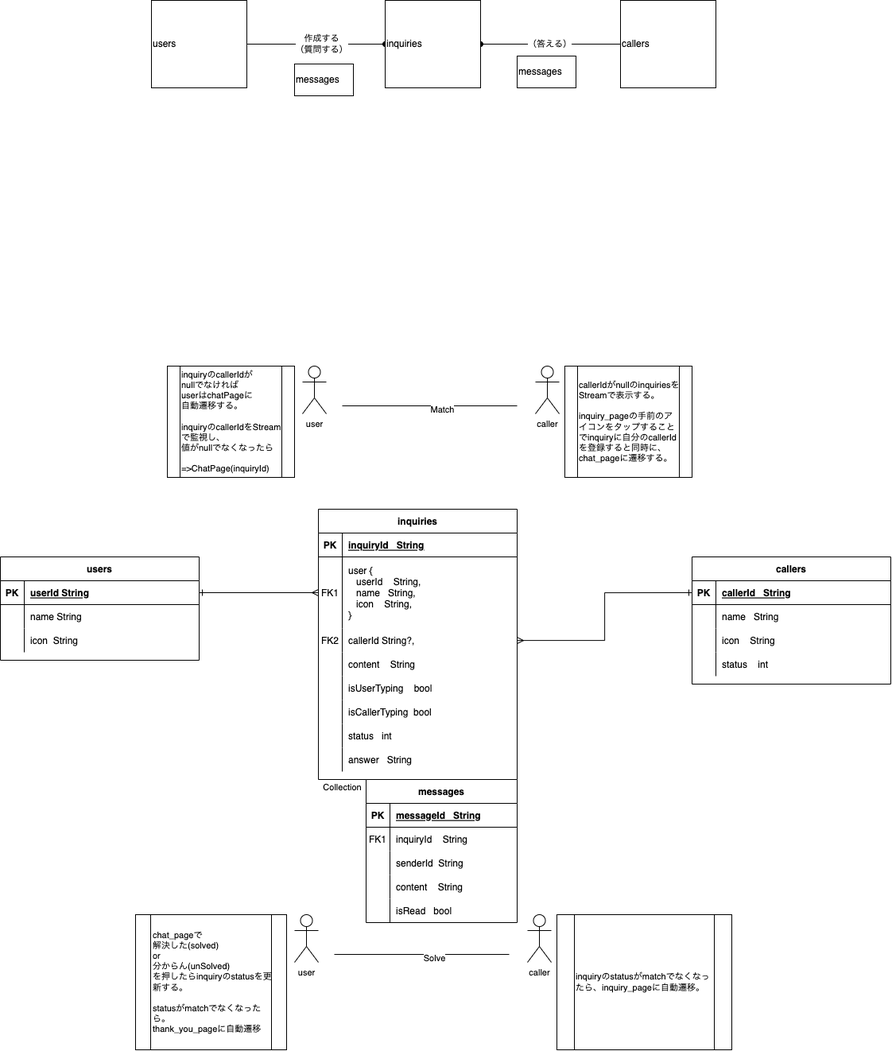
neco3coffee/flutter_inquiry_visualization keeps this draw.io diagram as Untitled Diagram-data.drawio.png. Above is the earlier version. Source tidied: cells renumbered, new cells last; positions are measured from the earlier drawing's top-left corner, leaving out a move shared by most shapes.
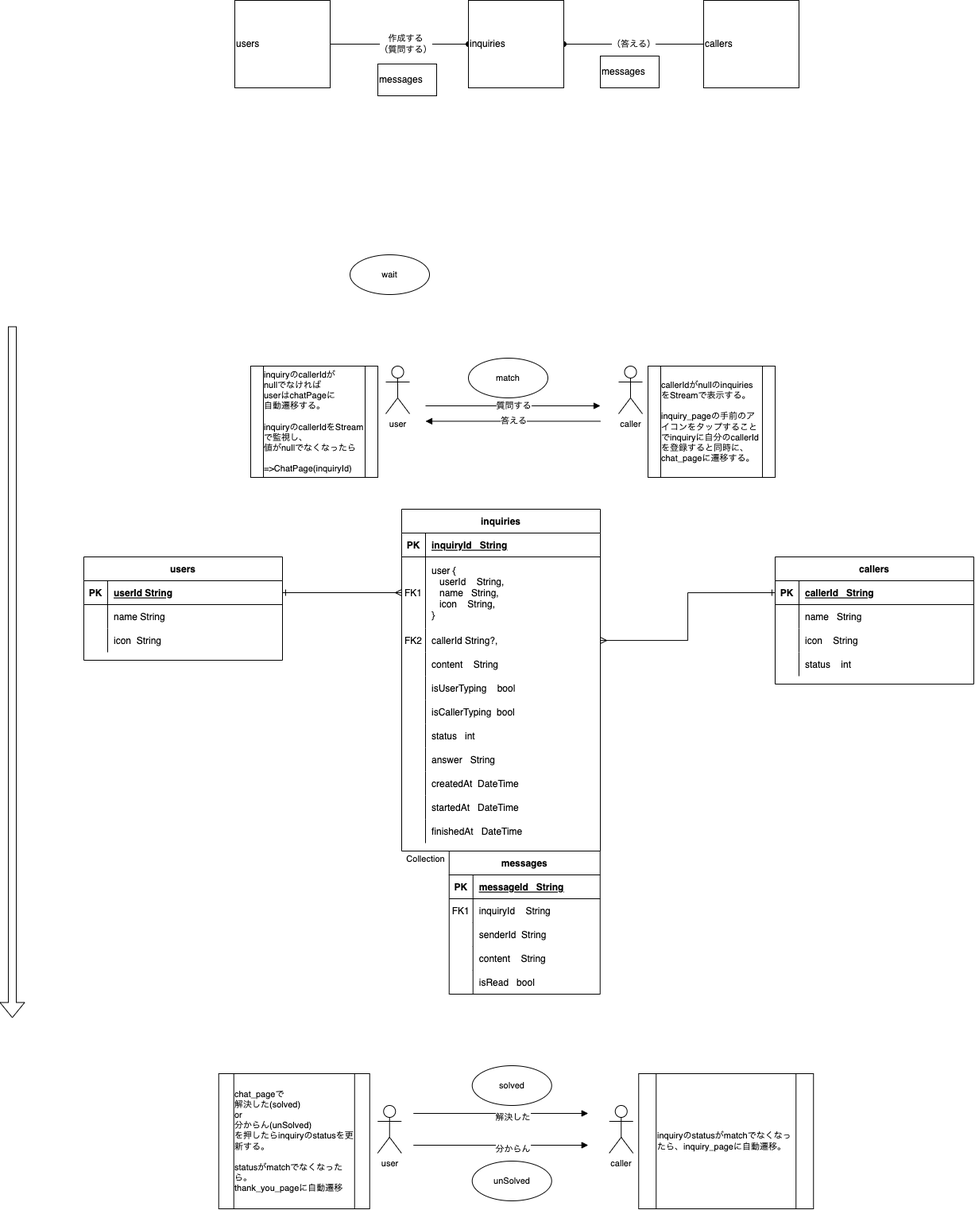
After the commit.

The edit, as a diff of the source:
```diff
@@ -3,7 +3,7 @@
     <mxCell id="0" />
     <mxCell id="1" parent="0" />
     <mxCell id="2" value="inquiries" style="shape=table;startSize=30;rowLines=0;fontStyle=1;align=center;" parent="1" vertex="1">
-      <mxGeometry x="400" y="640" width="250" height="340" as="geometry" />
+      <mxGeometry x="400" y="640" width="250" height="430" as="geometry" />
     </mxCell>
     <mxCell id="3" style="shape=partialRectangle;fillColor=none;top=0;left=0;right=0;bottom=1;" parent="2" vertex="1">
       <mxGeometry y="30" width="250" height="30" as="geometry" />
@@ -77,6 +77,33 @@
     <mxCell id="26" value="answer   String" style="shape=partialRectangle;overflow=hidden;fillColor=none;top=0;left=0;bottom=0;right=0;align=left;spacingLeft=6;" parent="24" vertex="1">
       <mxGeometry x="30" width="220" height="30" as="geometry" />
     </mxCell>
+    <mxCell id="89" style="shape=partialRectangle;fillColor=none;top=0;left=0;right=0;bottom=0;" parent="2" vertex="1">
+      <mxGeometry y="330" width="250" height="30" as="geometry" />
+    </mxCell>
+    <mxCell id="90" style="shape=partialRectangle;overflow=hidden;fillColor=none;top=0;left=0;bottom=0;right=0;" parent="89" vertex="1">
+      <mxGeometry width="30" height="30" as="geometry" />
+    </mxCell>
+    <mxCell id="91" value="createdAt  DateTime" style="shape=partialRectangle;overflow=hidden;fillColor=none;top=0;left=0;bottom=0;right=0;align=left;spacingLeft=6;" parent="89" vertex="1">
+      <mxGeometry x="30" width="220" height="30" as="geometry" />
+    </mxCell>
+    <mxCell id="92" style="shape=partialRectangle;fillColor=none;top=0;left=0;right=0;bottom=0;" parent="2" vertex="1">
+      <mxGeometry y="360" width="250" height="30" as="geometry" />
+    </mxCell>
+    <mxCell id="93" style="shape=partialRectangle;overflow=hidden;fillColor=none;top=0;left=0;bottom=0;right=0;" parent="92" vertex="1">
+      <mxGeometry width="30" height="30" as="geometry" />
+    </mxCell>
+    <mxCell id="94" value="startedAt   DateTime" style="shape=partialRectangle;overflow=hidden;fillColor=none;top=0;left=0;bottom=0;right=0;align=left;spacingLeft=6;" parent="92" vertex="1">
+      <mxGeometry x="30" width="220" height="30" as="geometry" />
+    </mxCell>
+    <mxCell id="95" style="shape=partialRectangle;fillColor=none;top=0;left=0;right=0;bottom=0;" parent="2" vertex="1">
+      <mxGeometry y="390" width="250" height="30" as="geometry" />
+    </mxCell>
+    <mxCell id="96" style="shape=partialRectangle;overflow=hidden;fillColor=none;top=0;left=0;bottom=0;right=0;" parent="95" vertex="1">
+      <mxGeometry width="30" height="30" as="geometry" />
+    </mxCell>
+    <mxCell id="97" value="finishedAt   DateTime" style="shape=partialRectangle;overflow=hidden;fillColor=none;top=0;left=0;bottom=0;right=0;align=left;spacingLeft=6;" parent="95" vertex="1">
+      <mxGeometry x="30" width="220" height="30" as="geometry" />
+    </mxCell>
     <mxCell id="27" style="edgeStyle=orthogonalEdgeStyle;rounded=0;jettySize=auto;html=1;fontSize=11;startArrow=ERone;startFill=0;endArrow=ERmany;endFill=0;exitX=0;exitY=0.5;exitDx=0;exitDy=0;" parent="1" edge="1" source="29" target="9">
       <mxGeometry relative="1" as="geometry" />
     </mxCell>
@@ -174,7 +201,7 @@
       <mxGeometry x="370" y="80" width="74" height="40" as="geometry" />
     </mxCell>
     <mxCell id="59" value="messages" style="shape=table;startSize=30;rowLines=0;fontStyle=1;align=center;" parent="1" vertex="1">
-      <mxGeometry x="460" y="980" width="190" height="180" as="geometry" />
+      <mxGeometry x="459.8" y="1070" width="190" height="180" as="geometry" />
     </mxCell>
     <mxCell id="60" style="shape=partialRectangle;fillColor=none;top=0;left=0;right=0;bottom=1;" parent="59" vertex="1">
       <mxGeometry y="30" width="190" height="30" as="geometry" />
@@ -222,7 +249,7 @@
       <mxGeometry x="30" width="160" height="30" as="geometry" />
     </mxCell>
     <mxCell id="75" value="Collection" style="text;html=1;align=center;verticalAlign=middle;fillColor=none;strokeColor=none;rounded=0;fontSize=11;" parent="1" vertex="1">
-      <mxGeometry x="400" y="980" width="60" height="20" as="geometry" />
+      <mxGeometry x="399.8" y="1070" width="60" height="20" as="geometry" />
     </mxCell>
     <mxCell id="76" style="edgeStyle=orthogonalEdgeStyle;rounded=0;jettySize=auto;html=1;entryX=0;entryY=0.5;entryDx=0;entryDy=0;fontSize=11;endArrow=ERmany;endFill=0;startArrow=ERone;startFill=0;" parent="1" edge="1" source="42" target="6">
       <mxGeometry relative="1" as="geometry" />
@@ -239,35 +266,65 @@
     <mxCell id="80" value="user" style="shape=umlActor;verticalLabelPosition=bottom;verticalAlign=top;html=1;fontSize=11;" parent="1" vertex="1">
       <mxGeometry x="380" y="460" width="30" height="60" as="geometry" />
     </mxCell>
-    <mxCell id="81" style="endArrow=none;html=1;rounded=0;fontSize=11;" parent="1" edge="1">
+    <mxCell id="81" value="質問する" style="endArrow=block;html=1;rounded=0;fontSize=11;endFill=1;" parent="1" edge="1">
       <mxGeometry relative="1" as="geometry">
         <mxPoint x="430" y="510" as="sourcePoint" />
         <mxPoint x="650" y="510" as="targetPoint" />
       </mxGeometry>
     </mxCell>
-    <mxCell id="82" value="Match" style="edgeLabel;html=1;align=center;verticalAlign=middle;fontSize=11;" parent="81" vertex="1">
-      <mxGeometry x="0.13" y="-4" relative="1" as="geometry" />
-    </mxCell>
     <mxCell id="83" value="inquiryのstatusがmatchでなくなったら、inquiry_pageに自動遷移。&lt;br&gt;" style="shape=process;whiteSpace=wrap;html=1;backgroundOutline=1;fontSize=11;align=left;" parent="1" vertex="1">
-      <mxGeometry x="700" y="1150" width="220" height="170" as="geometry" />
+      <mxGeometry x="698.2" y="1350" width="220" height="170" as="geometry" />
     </mxCell>
     <mxCell id="84" value="caller" style="shape=umlActor;verticalLabelPosition=bottom;verticalAlign=top;html=1;fontSize=11;" parent="1" vertex="1">
-      <mxGeometry x="663" y="1150" width="30" height="60" as="geometry" />
+      <mxGeometry x="661.2" y="1390" width="30" height="60" as="geometry" />
     </mxCell>
     <mxCell id="85" value="chat_pageで&lt;br&gt;解決した(solved)&lt;br&gt;or&lt;br&gt;分からん(unSolved)&lt;br&gt;を押したらinquiryのstatusを更新する。&lt;br&gt;&lt;br&gt;statusがmatchでなくなったら。&lt;br&gt;thank_you_pageに自動遷移" style="shape=process;whiteSpace=wrap;html=1;backgroundOutline=1;fontSize=11;align=left;" parent="1" vertex="1">
-      <mxGeometry x="170" y="1150" width="190" height="170" as="geometry" />
+      <mxGeometry x="169.8" y="1350" width="190" height="170" as="geometry" />
     </mxCell>
     <mxCell id="86" value="user" style="shape=umlActor;verticalLabelPosition=bottom;verticalAlign=top;html=1;fontSize=11;" parent="1" vertex="1">
-      <mxGeometry x="370" y="1150" width="30" height="60" as="geometry" />
+      <mxGeometry x="369.8" y="1390" width="30" height="60" as="geometry" />
     </mxCell>
-    <mxCell id="87" style="endArrow=none;html=1;rounded=0;fontSize=11;" parent="1" edge="1">
+    <mxCell id="87" style="endArrow=block;html=1;rounded=0;fontSize=11;endFill=1;" parent="1" edge="1">
       <mxGeometry relative="1" as="geometry">
-        <mxPoint x="420" y="1200" as="sourcePoint" />
-        <mxPoint x="640" y="1200" as="targetPoint" />
+        <mxPoint x="414.8" y="1400" as="sourcePoint" />
+        <mxPoint x="634.8" y="1400" as="targetPoint" />
       </mxGeometry>
     </mxCell>
-    <mxCell id="88" value="Solve" style="edgeLabel;html=1;align=center;verticalAlign=middle;fontSize=11;" parent="87" vertex="1">
+    <mxCell id="88" value="解決した" style="edgeLabel;html=1;align=center;verticalAlign=middle;fontSize=11;" parent="87" vertex="1">
       <mxGeometry x="0.13" y="-4" relative="1" as="geometry" />
     </mxCell>
+    <mxCell id="98" value="答える" style="endArrow=none;html=1;rounded=0;fontSize=11;endFill=0;startArrow=block;startFill=1;" parent="1" edge="1">
+      <mxGeometry relative="1" as="geometry">
+        <mxPoint x="430" y="529.4" as="sourcePoint" />
+        <mxPoint x="650" y="529.4" as="targetPoint" />
+      </mxGeometry>
+    </mxCell>
+    <mxCell id="99" value="wait" style="ellipse;whiteSpace=wrap;html=1;fontSize=11;" parent="1" vertex="1">
+      <mxGeometry x="335" y="320" width="100" height="50" as="geometry" />
+    </mxCell>
+    <mxCell id="100" value="match" style="ellipse;whiteSpace=wrap;html=1;fontSize=11;" parent="1" vertex="1">
+      <mxGeometry x="484" y="450" width="100" height="50" as="geometry" />
+    </mxCell>
+    <mxCell id="101" value="solved" style="ellipse;whiteSpace=wrap;html=1;fontSize=11;" parent="1" vertex="1">
+      <mxGeometry x="488.8" y="1340" width="100" height="50" as="geometry" />
+    </mxCell>
+    <mxCell id="102" value="unSolved" style="ellipse;whiteSpace=wrap;html=1;fontSize=11;strokeColor=#000000;" parent="1" vertex="1">
+      <mxGeometry x="488.8" y="1460" width="100" height="50" as="geometry" />
+    </mxCell>
+    <mxCell id="103" style="shape=flexArrow;endArrow=classic;html=1;rounded=0;fontSize=11;" parent="1" edge="1">
+      <mxGeometry relative="1" as="geometry">
+        <mxPoint x="-90" y="410" as="sourcePoint" />
+        <mxPoint x="-90" y="1280" as="targetPoint" />
+      </mxGeometry>
+    </mxCell>
+    <mxCell id="104" style="endArrow=block;html=1;rounded=0;fontSize=11;endFill=1;" parent="1" edge="1">
+      <mxGeometry relative="1" as="geometry">
+        <mxPoint x="414.8" y="1440" as="sourcePoint" />
+        <mxPoint x="634.8" y="1440" as="targetPoint" />
+      </mxGeometry>
+    </mxCell>
+    <mxCell id="105" value="分からん" style="edgeLabel;html=1;align=center;verticalAlign=middle;fontSize=11;" parent="104" vertex="1">
+      <mxGeometry x="0.13" y="-4" relative="1" as="geometry" />
+    </mxCell>
   </root>
 </mxGraphModel>
```
